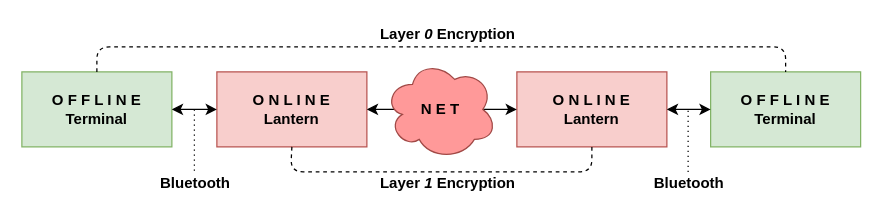
gregl83/lanterns keeps this draw.io diagram as assets/lanterns.drawio. Above is the earlier version. Source tidied: cells renumbered, new cells numbered last; positions are measured from the earlier drawing's top-left corner, leaving out a move shared by most shapes. Both pictures are drawn from the tidied source at 125%, with x=0, y=0 at pixel (21, 21).
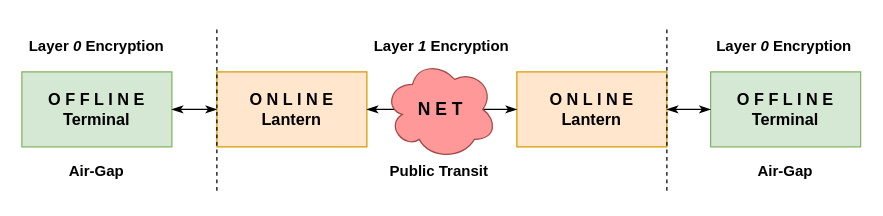
Above is the later version.

Commit message (it also covers changes not shown here):
update arch diagram to be protocol agnostic

Change to the diagram source:
```diff
@@
-    <mxCell id="2" value="O F F L I N E&lt;br&gt;Terminal" style="rounded=0;whiteSpace=wrap;html=1;fillColor=#d5e8d4;strokeColor=#82b366;fontStyle=1;" parent="1" vertex="1">
+    <mxCell id="2" value="O F F L I N E&lt;br style=&quot;font-size: 13px;&quot;&gt;Terminal" style="rounded=0;whiteSpace=wrap;html=1;fillColor=#d5e8d4;strokeColor=#82b366;fontStyle=1;fontSize=13;" parent="1" vertex="1">
       <mxGeometry y="40" width="120" height="60" as="geometry" />
     </mxCell>
-    <mxCell id="3" value="O N L I N E&lt;br&gt;Lantern" style="rounded=0;whiteSpace=wrap;html=1;fillColor=#f8cecc;strokeColor=#b85450;fontStyle=1;" parent="1" vertex="1">
+    <mxCell id="3" value="O N L I N E&lt;br style=&quot;font-size: 13px;&quot;&gt;Lantern" style="rounded=0;whiteSpace=wrap;html=1;fillColor=#ffe6cc;strokeColor=#d79b00;fontStyle=1;fontSize=13;" parent="1" vertex="1">
       <mxGeometry x="396" y="40" width="120" height="60" as="geometry" />
     </mxCell>
-    <mxCell id="4" value="O N L I N E&lt;br&gt;Lantern" style="rounded=0;whiteSpace=wrap;html=1;fillColor=#f8cecc;strokeColor=#b85450;fontStyle=1;" parent="1" vertex="1">
+    <mxCell id="4" value="O N L I N E&lt;br style=&quot;font-size: 13px;&quot;&gt;Lantern" style="rounded=0;whiteSpace=wrap;html=1;fillColor=#ffe6cc;strokeColor=#d79b00;fontStyle=1;fontSize=13;" parent="1" vertex="1">
       <mxGeometry x="156" y="40" width="120" height="60" as="geometry" />
     </mxCell>
-    <mxCell id="5" value="O F F L I N E&lt;br&gt;Terminal" style="rounded=0;whiteSpace=wrap;html=1;fillColor=#d5e8d4;strokeColor=#82b366;fontStyle=1;" parent="1" vertex="1">
+    <mxCell id="5" value="O F F L I N E&lt;br style=&quot;font-size: 13px;&quot;&gt;Terminal" style="rounded=0;whiteSpace=wrap;html=1;fillColor=#d5e8d4;strokeColor=#82b366;fontStyle=1;fontSize=13;" parent="1" vertex="1">
       <mxGeometry x="551" y="40" width="120" height="60" as="geometry" />
     </mxCell>
-    <mxCell id="6" style="endArrow=classic;html=1;strokeWidth=1;exitX=1;exitY=0.5;exitDx=0;exitDy=0;entryX=0;entryY=0.5;entryDx=0;entryDy=0;startArrow=classic;startFill=1;endFill=1;" parent="1" edge="1" source="2" target="4">
+    <mxCell id="6" style="endArrow=classicThin;html=1;strokeWidth=1;exitX=1;exitY=0.5;exitDx=0;exitDy=0;entryX=0;entryY=0.5;entryDx=0;entryDy=0;startArrow=classicThin;startFill=1;endFill=1;" parent="1" edge="1" source="2" target="4">
       <mxGeometry relative="1" as="geometry" />
     </mxCell>
-    <mxCell id="7" style="endArrow=classic;html=1;strokeWidth=1;exitX=1;exitY=0.5;exitDx=0;exitDy=0;entryX=0;entryY=0.5;entryDx=0;entryDy=0;endFill=1;startArrow=classic;startFill=1;" parent="1" edge="1" source="3" target="5">
+    <mxCell id="7" style="endArrow=classicThin;html=1;strokeWidth=1;exitX=1;exitY=0.5;exitDx=0;exitDy=0;entryX=0;entryY=0.5;entryDx=0;entryDy=0;endFill=1;startArrow=classicThin;startFill=1;" parent="1" edge="1" source="3" target="5">
       <mxGeometry relative="1" as="geometry" />
     </mxCell>
-    <mxCell id="8" style="endArrow=classic;html=1;entryX=0;entryY=0.5;entryDx=0;entryDy=0;startArrow=classic;startFill=1;" parent="1" edge="1" source="4" target="3">
+    <mxCell id="8" style="endArrow=classicThin;html=1;entryX=0;entryY=0.5;entryDx=0;entryDy=0;startArrow=classicThin;startFill=1;endFill=1;" parent="1" edge="1" source="4" target="3">
       <mxGeometry relative="1" as="geometry" />
     </mxCell>
-    <mxCell id="9" value="N E T" style="ellipse;shape=cloud;whiteSpace=wrap;html=1;fontFamily=Helvetica;fontSize=12;align=center;fontStyle=1;fillColor=#FF9999;strokeColor=#A14946;" parent="8" vertex="1">
+    <mxCell id="9" value="N E T" style="ellipse;shape=cloud;whiteSpace=wrap;html=1;fontFamily=Helvetica;fontSize=14;align=center;fontStyle=1;fillColor=#FF9999;strokeColor=#A14946;" parent="8" vertex="1">
       <mxGeometry width="90" height="80" relative="1" as="geometry">
         <mxPoint x="-46" y="-40" as="offset" />
       </mxGeometry>
     </mxCell>
-    <mxCell id="10" value="Bluetooth" style="text;html=1;strokeColor=none;fillColor=none;align=center;verticalAlign=middle;whiteSpace=wrap;rounded=0;fontStyle=1;" parent="1" vertex="1">
-      <mxGeometry x="109" y="119" width="60" height="20" as="geometry" />
-    </mxCell>
-    <mxCell id="11" value="Bluetooth" style="text;html=1;strokeColor=none;fillColor=none;align=center;verticalAlign=middle;whiteSpace=wrap;rounded=0;fontStyle=1;" parent="1" vertex="1">
-      <mxGeometry x="504" y="119" width="60" height="20" as="geometry" />
-    </mxCell>
-    <mxCell id="12" style="endArrow=none;dashed=1;html=1;dashPattern=1 3;strokeWidth=1;entryX=0.5;entryY=0;entryDx=0;entryDy=0;" parent="1" edge="1">
-      <mxGeometry relative="1" as="geometry">
-        <mxPoint x="138" y="70" as="sourcePoint" />
-        <mxPoint x="138" y="120" as="targetPoint" />
-      </mxGeometry>
-    </mxCell>
-    <mxCell id="13" style="endArrow=none;dashed=1;html=1;dashPattern=1 3;strokeWidth=1;exitX=0.5;exitY=0;exitDx=0;exitDy=0;" parent="1" edge="1">
-      <mxGeometry relative="1" as="geometry">
-        <mxPoint x="533" y="120" as="sourcePoint" />
-        <mxPoint x="533" y="70" as="targetPoint" />
-      </mxGeometry>
-    </mxCell>
-    <mxCell id="14" style="endArrow=none;html=1;exitX=0.5;exitY=0;exitDx=0;exitDy=0;entryX=0.5;entryY=0;entryDx=0;entryDy=0;dashed=1;" parent="1" edge="1" source="2" target="5">
-      <mxGeometry relative="1" as="geometry">
-        <Array as="points">
-          <mxPoint x="60" y="20" />
-          <mxPoint x="611" y="20" />
-        </Array>
-      </mxGeometry>
-    </mxCell>
-    <mxCell id="15" style="endArrow=none;html=1;exitX=0.5;exitY=1;exitDx=0;exitDy=0;entryX=0.5;entryY=1;entryDx=0;entryDy=0;dashed=1;" parent="1" edge="1" source="4" target="3">
-      <mxGeometry relative="1" as="geometry">
-        <Array as="points">
-          <mxPoint x="215" y="120" />
-          <mxPoint x="336" y="120" />
-          <mxPoint x="456" y="120" />
-        </Array>
-      </mxGeometry>
-    </mxCell>
     <mxCell id="16" value="Layer &lt;i&gt;1&lt;/i&gt;&amp;nbsp;Encryption" style="text;html=1;strokeColor=none;fillColor=none;align=center;verticalAlign=middle;whiteSpace=wrap;rounded=0;fontStyle=1;" parent="1" vertex="1">
-      <mxGeometry x="276" y="119" width="130" height="20" as="geometry" />
+      <mxGeometry x="278" y="10" width="116" height="20" as="geometry" />
     </mxCell>
     <mxCell id="17" value="Layer &lt;i&gt;0&lt;/i&gt;&amp;nbsp;Encryption" style="text;html=1;strokeColor=none;fillColor=none;align=center;verticalAlign=middle;whiteSpace=wrap;rounded=0;fontStyle=1;" parent="1" vertex="1">
-      <mxGeometry x="276" width="130" height="20" as="geometry" />
+      <mxGeometry x="550" y="10" width="120" height="20" as="geometry" />
     </mxCell>
+    <mxCell id="18" style="endArrow=none;dashed=1;html=1;" parent="1" edge="1">
+      <mxGeometry relative="1" as="geometry">
+        <mxPoint x="156" y="135" as="sourcePoint" />
+        <mxPoint x="156" y="5" as="targetPoint" />
+      </mxGeometry>
+    </mxCell>
+    <mxCell id="19" value="Layer &lt;i&gt;0&lt;/i&gt;&amp;nbsp;Encryption" style="text;html=1;strokeColor=none;fillColor=none;align=center;verticalAlign=middle;whiteSpace=wrap;rounded=0;fontStyle=1;" parent="1" vertex="1">
+      <mxGeometry y="10" width="120" height="20" as="geometry" />
+    </mxCell>
+    <mxCell id="20" style="endArrow=none;dashed=1;html=1;" parent="1" edge="1">
+      <mxGeometry relative="1" as="geometry">
+        <mxPoint x="516" y="135" as="sourcePoint" />
+        <mxPoint x="516" y="5" as="targetPoint" />
+      </mxGeometry>
+    </mxCell>
+    <mxCell id="21" value="Air-Gap" style="text;html=1;strokeColor=none;fillColor=none;align=center;verticalAlign=middle;whiteSpace=wrap;rounded=0;fontStyle=1;" parent="1" vertex="1">
+      <mxGeometry x="551" y="110" width="120" height="20" as="geometry" />
+    </mxCell>
+    <mxCell id="22" value="Air-Gap" style="text;html=1;strokeColor=none;fillColor=none;align=center;verticalAlign=middle;whiteSpace=wrap;rounded=0;fontStyle=1;" parent="1" vertex="1">
+      <mxGeometry y="110" width="120" height="20" as="geometry" />
+    </mxCell>
+    <mxCell id="23" value="Public Transit" style="text;html=1;strokeColor=none;fillColor=none;align=center;verticalAlign=middle;whiteSpace=wrap;rounded=0;fontStyle=1;" parent="1" vertex="1">
+      <mxGeometry x="274" y="110" width="120" height="20" as="geometry" />
+    </mxCell>
```
